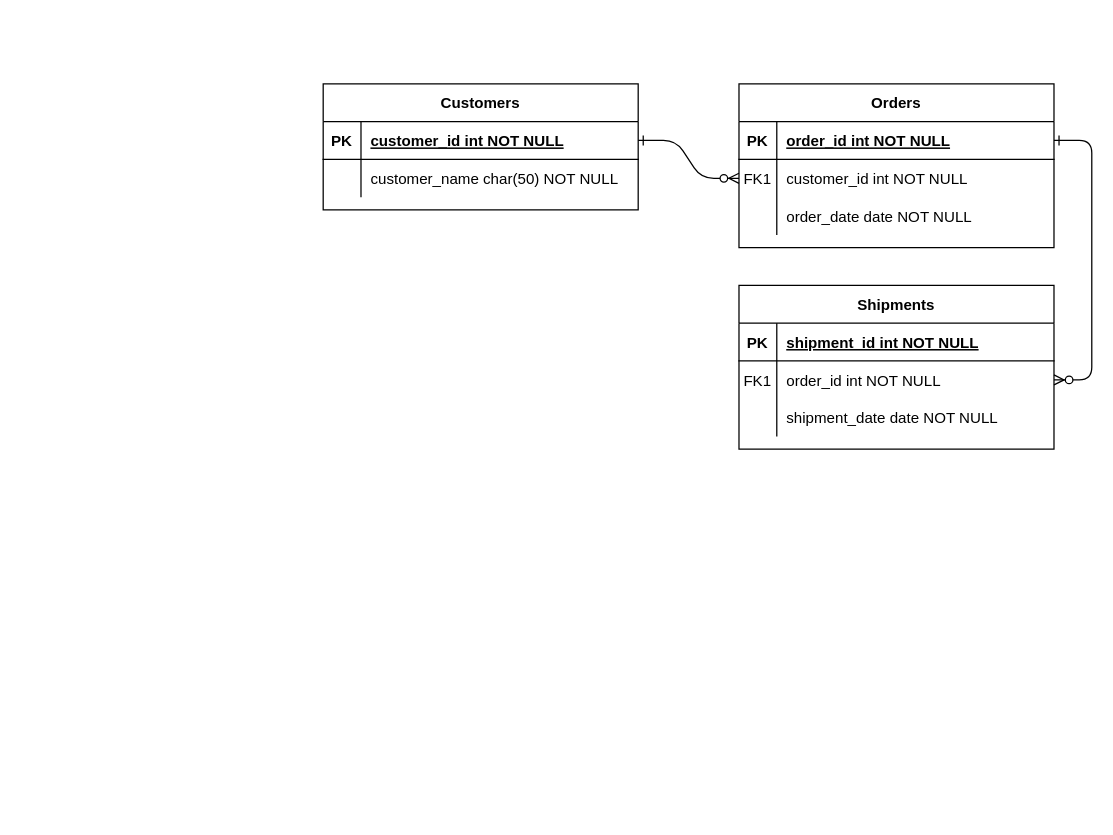
Before: veterinary.drawio in MihaiPop123/sdaCourse, a draw.io diagram. Source tidied: cells renumbered, new cells numbered last; positions are measured from the earlier drawing's top-left corner, leaving out a move shared by most shapes. Both pictures are drawn from the tidied source at 126%, with x=0, y=0 at pixel (323, 83).
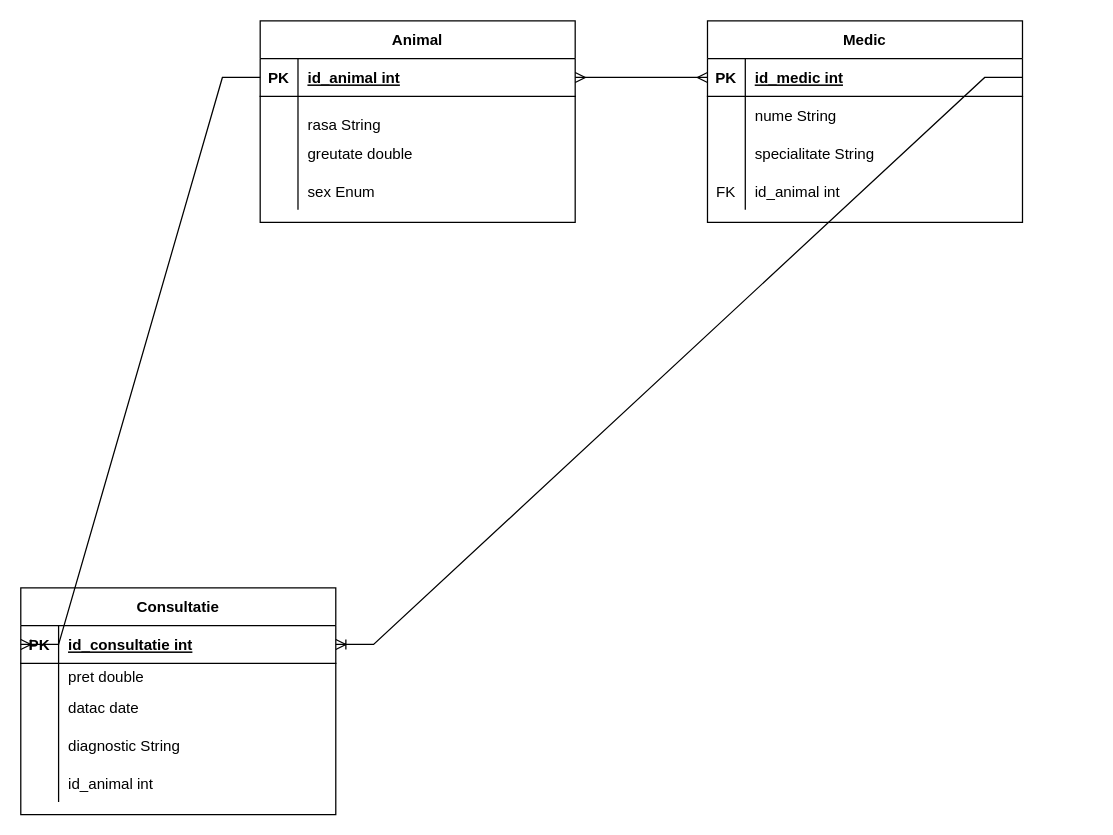
After the change.

Unchanged cells that the change refers to:
```xml
<mxCell id="5" style="shape=partialRectangle;fillColor=none;points=[[0,0.5],[1,0.5]];portConstraint=eastwest;top=0;left=0;right=0;bottom=1;" parent="4" vertex="1">
  <mxGeometry y="30" width="250" height="30" as="geometry" />
</mxCell>
<mxCell id="8" style="shape=partialRectangle;fillColor=none;points=[[0,0.5],[1,0.5]];portConstraint=eastwest;top=0;left=0;right=0;bottom=0;" parent="4" vertex="1">
  <mxGeometry y="60" width="250" height="30" as="geometry" />
</mxCell>
<mxCell id="11" style="shape=partialRectangle;fillColor=none;top=0;left=0;right=0;bottom=0;" parent="4" vertex="1">
  <mxGeometry y="90" width="250" height="30" as="geometry" />
</mxCell>
<mxCell id="15" style="shape=partialRectangle;fillColor=none;points=[[0,0.5],[1,0.5]];portConstraint=eastwest;top=0;left=0;right=0;bottom=1;" parent="14" vertex="1">
  <mxGeometry y="30" width="250" height="30" as="geometry" />
</mxCell>
<mxCell id="25" style="shape=partialRectangle;fillColor=none;points=[[0,0.5],[1,0.5]];portConstraint=eastwest;top=0;left=0;right=0;bottom=1;" parent="24" vertex="1">
  <mxGeometry y="30" width="250" height="30" as="geometry" />
</mxCell>
<mxCell id="28" style="shape=partialRectangle;fillColor=none;top=0;left=0;right=0;bottom=0;" parent="24" vertex="1">
  <mxGeometry y="60" width="250" height="30" as="geometry" />
</mxCell>
```

Change to the diagram source:
```diff
@@
-    <mxCell id="2" style="edgeStyle=entityRelationEdgeStyle;endArrow=ERzeroToMany;startArrow=ERone;endFill=1;startFill=0;" parent="1" edge="1" source="25" target="8">
-      <mxGeometry relative="1" as="geometry" />
-    </mxCell>
-    <mxCell id="3" style="edgeStyle=entityRelationEdgeStyle;endArrow=ERzeroToMany;startArrow=ERone;endFill=1;startFill=0;" parent="1" edge="1" source="5" target="18">
-      <mxGeometry relative="1" as="geometry" />
-    </mxCell>
-    <mxCell id="4" value="Orders" style="shape=table;startSize=30;childLayout=tableLayout;rowLines=0;fontStyle=1;align=center;" parent="1" vertex="1">
-      <mxGeometry x="330" width="250" height="130" as="geometry" />
+    <mxCell id="4" value="Medic" style="shape=table;startSize=30;childLayout=tableLayout;rowLines=0;fontStyle=1;align=center;" parent="1" vertex="1">
+      <mxGeometry x="305" y="-50" width="250" height="160" as="geometry" />
     </mxCell>
@@
-    <mxCell id="7" value="order_id int NOT NULL " style="shape=partialRectangle;overflow=hidden;fillColor=none;top=0;left=0;bottom=0;right=0;align=left;spacingLeft=6;fontStyle=5;" parent="5" vertex="1">
+    <mxCell id="7" value="id_medic int" style="shape=partialRectangle;overflow=hidden;fillColor=none;top=0;left=0;bottom=0;right=0;align=left;spacingLeft=6;fontStyle=5;" parent="5" vertex="1">
       <mxGeometry x="30" width="220" height="30" as="geometry" />
     </mxCell>
@@
-    <mxCell id="9" value="FK1" style="shape=partialRectangle;overflow=hidden;fillColor=none;top=0;left=0;bottom=0;right=0;" parent="8" vertex="1">
+    <mxCell id="9" style="shape=partialRectangle;overflow=hidden;fillColor=none;top=0;left=0;bottom=0;right=0;" parent="8" vertex="1">
       <mxGeometry width="30" height="30" as="geometry" />
     </mxCell>
-    <mxCell id="10" value="customer_id int NOT NULL" style="shape=partialRectangle;overflow=hidden;fillColor=none;top=0;left=0;bottom=0;right=0;align=left;spacingLeft=6;" parent="8" vertex="1">
+    <mxCell id="10" value="nume String" style="shape=partialRectangle;overflow=hidden;fillColor=none;top=0;left=0;bottom=0;right=0;align=left;spacingLeft=6;" parent="8" vertex="1">
       <mxGeometry x="30" width="220" height="30" as="geometry" />
     </mxCell>
@@
-    <mxCell id="13" value="order_date date NOT NULL" style="shape=partialRectangle;overflow=hidden;fillColor=none;top=0;left=0;bottom=0;right=0;align=left;spacingLeft=6;" parent="11" vertex="1">
+    <mxCell id="13" value="specialitate String" style="shape=partialRectangle;overflow=hidden;fillColor=none;top=0;left=0;bottom=0;right=0;align=left;spacingLeft=6;" parent="11" vertex="1">
       <mxGeometry x="30" width="220" height="30" as="geometry" />
     </mxCell>
+    <mxCell id="31" style="shape=partialRectangle;fillColor=none;top=0;left=0;right=0;bottom=0;" parent="4" vertex="1">
+      <mxGeometry y="120" width="250" height="30" as="geometry" />
+    </mxCell>
+    <mxCell id="32" value="FK" style="shape=partialRectangle;overflow=hidden;fillColor=none;top=0;left=0;bottom=0;right=0;" parent="31" vertex="1">
+      <mxGeometry width="30" height="30" as="geometry" />
+    </mxCell>
+    <mxCell id="33" value="id_animal int" style="shape=partialRectangle;overflow=hidden;fillColor=none;top=0;left=0;bottom=0;right=0;align=left;spacingLeft=6;" parent="31" vertex="1">
+      <mxGeometry x="30" width="220" height="30" as="geometry" />
+    </mxCell>
-    <mxCell id="14" value="Shipments" style="shape=table;startSize=30;childLayout=tableLayout;rowLines=0;fontStyle=1;align=center;" parent="1" vertex="1">
-      <mxGeometry x="330" y="160" width="250" height="130" as="geometry" />
+    <mxCell id="14" value="Consultatie" style="shape=table;startSize=30;childLayout=tableLayout;rowLines=0;fontStyle=1;align=center;" parent="1" vertex="1">
+      <mxGeometry x="-240" y="400" width="250" height="180" as="geometry" />
     </mxCell>
@@
-    <mxCell id="17" value="shipment_id int NOT NULL " style="shape=partialRectangle;overflow=hidden;fillColor=none;top=0;left=0;bottom=0;right=0;align=left;spacingLeft=6;fontStyle=5;" parent="15" vertex="1">
+    <mxCell id="17" value="id_consultatie int" style="shape=partialRectangle;overflow=hidden;fillColor=none;top=0;left=0;bottom=0;right=0;align=left;spacingLeft=6;fontStyle=5;" parent="15" vertex="1">
       <mxGeometry x="30" width="220" height="30" as="geometry" />
     </mxCell>
     <mxCell id="18" style="shape=partialRectangle;fillColor=none;points=[[0,0.5],[1,0.5]];portConstraint=eastwest;top=0;left=0;right=0;bottom=0;" parent="14" vertex="1">
-      <mxGeometry y="60" width="250" height="30" as="geometry" />
+      <mxGeometry y="60" width="250" height="20" as="geometry" />
     </mxCell>
-    <mxCell id="19" value="FK1" style="shape=partialRectangle;overflow=hidden;fillColor=none;top=0;left=0;bottom=0;right=0;" parent="18" vertex="1">
-      <mxGeometry width="30" height="30" as="geometry" />
+    <mxCell id="19" style="shape=partialRectangle;overflow=hidden;fillColor=none;top=0;left=0;bottom=0;right=0;" parent="18" vertex="1">
+      <mxGeometry width="30" height="20" as="geometry" />
     </mxCell>
-    <mxCell id="20" value="order_id int NOT NULL" style="shape=partialRectangle;overflow=hidden;fillColor=none;top=0;left=0;bottom=0;right=0;align=left;spacingLeft=6;" parent="18" vertex="1">
-      <mxGeometry x="30" width="220" height="30" as="geometry" />
+    <mxCell id="20" value="pret double" style="shape=partialRectangle;overflow=hidden;fillColor=none;top=0;left=0;bottom=0;right=0;align=left;spacingLeft=6;" parent="18" vertex="1">
+      <mxGeometry x="30" width="220" height="20" as="geometry" />
     </mxCell>
     <mxCell id="21" style="shape=partialRectangle;fillColor=none;top=0;left=0;right=0;bottom=0;" parent="14" vertex="1">
-      <mxGeometry y="90" width="250" height="30" as="geometry" />
+      <mxGeometry y="80" width="250" height="30" as="geometry" />
     </mxCell>
@@
-    <mxCell id="23" value="shipment_date date NOT NULL" style="shape=partialRectangle;overflow=hidden;fillColor=none;top=0;left=0;bottom=0;right=0;align=left;spacingLeft=6;" parent="21" vertex="1">
+    <mxCell id="23" value="datac date" style="shape=partialRectangle;overflow=hidden;fillColor=none;top=0;left=0;bottom=0;right=0;align=left;spacingLeft=6;" parent="21" vertex="1">
       <mxGeometry x="30" width="220" height="30" as="geometry" />
     </mxCell>
+    <mxCell id="34" style="shape=partialRectangle;fillColor=none;top=0;left=0;right=0;bottom=0;" parent="14" vertex="1">
+      <mxGeometry y="110" width="250" height="30" as="geometry" />
+    </mxCell>
+    <mxCell id="35" style="shape=partialRectangle;overflow=hidden;fillColor=none;top=0;left=0;bottom=0;right=0;" parent="34" vertex="1">
+      <mxGeometry width="30" height="30" as="geometry" />
+    </mxCell>
+    <mxCell id="36" value="diagnostic String" style="shape=partialRectangle;overflow=hidden;fillColor=none;top=0;left=0;bottom=0;right=0;align=left;spacingLeft=6;" parent="34" vertex="1">
+      <mxGeometry x="30" width="220" height="30" as="geometry" />
+    </mxCell>
+    <mxCell id="37" style="shape=partialRectangle;fillColor=none;top=0;left=0;right=0;bottom=0;" parent="14" vertex="1">
+      <mxGeometry y="140" width="250" height="30" as="geometry" />
+    </mxCell>
+    <mxCell id="38" style="shape=partialRectangle;overflow=hidden;fillColor=none;top=0;left=0;bottom=0;right=0;" parent="37" vertex="1">
+      <mxGeometry width="30" height="30" as="geometry" />
+    </mxCell>
+    <mxCell id="39" value="id_animal int" style="shape=partialRectangle;overflow=hidden;fillColor=none;top=0;left=0;bottom=0;right=0;align=left;spacingLeft=6;" parent="37" vertex="1">
+      <mxGeometry x="30" width="220" height="30" as="geometry" />
+    </mxCell>
-    <mxCell id="24" value="Customers" style="shape=table;startSize=30;childLayout=tableLayout;rowLines=0;fontStyle=1;align=center;" parent="1" vertex="1">
-      <mxGeometry width="250" height="100" as="geometry" />
+    <mxCell id="24" value="Animal" style="shape=table;startSize=30;childLayout=tableLayout;rowLines=0;fontStyle=1;align=center;" parent="1" vertex="1">
+      <mxGeometry x="-50" y="-50" width="250" height="160" as="geometry" />
     </mxCell>
@@
-    <mxCell id="27" value="customer_id int NOT NULL " style="shape=partialRectangle;overflow=hidden;fillColor=none;top=0;left=0;bottom=0;right=0;align=left;spacingLeft=6;fontStyle=5;" parent="25" vertex="1">
+    <mxCell id="27" value="id_animal int" style="shape=partialRectangle;overflow=hidden;fillColor=none;top=0;left=0;bottom=0;right=0;align=left;spacingLeft=6;fontStyle=5;" parent="25" vertex="1">
       <mxGeometry x="30" width="220" height="30" as="geometry" />
     </mxCell>
@@
-    <mxCell id="30" value="customer_name char(50) NOT NULL" style="shape=partialRectangle;overflow=hidden;fillColor=none;top=0;left=0;bottom=0;right=0;align=left;spacingLeft=6;" parent="28" vertex="1">
+    <mxCell id="30" value="&#10;rasa String&#10;" style="shape=partialRectangle;overflow=hidden;fillColor=none;top=0;left=0;bottom=0;right=0;align=left;spacingLeft=6;" parent="28" vertex="1">
       <mxGeometry x="30" width="220" height="30" as="geometry" />
     </mxCell>
+    <mxCell id="40" style="shape=partialRectangle;fillColor=none;top=0;left=0;right=0;bottom=0;" parent="24" vertex="1">
+      <mxGeometry y="90" width="250" height="30" as="geometry" />
+    </mxCell>
+    <mxCell id="41" style="shape=partialRectangle;overflow=hidden;fillColor=none;top=0;left=0;bottom=0;right=0;" parent="40" vertex="1">
+      <mxGeometry width="30" height="30" as="geometry" />
+    </mxCell>
+    <mxCell id="42" value="greutate double" style="shape=partialRectangle;overflow=hidden;fillColor=none;top=0;left=0;bottom=0;right=0;align=left;spacingLeft=6;" parent="40" vertex="1">
+      <mxGeometry x="30" width="220" height="30" as="geometry" />
+    </mxCell>
+    <mxCell id="43" style="shape=partialRectangle;fillColor=none;top=0;left=0;right=0;bottom=0;" parent="24" vertex="1">
+      <mxGeometry y="120" width="250" height="30" as="geometry" />
+    </mxCell>
+    <mxCell id="44" style="shape=partialRectangle;overflow=hidden;fillColor=none;top=0;left=0;bottom=0;right=0;" parent="43" vertex="1">
+      <mxGeometry width="30" height="30" as="geometry" />
+    </mxCell>
+    <mxCell id="45" value="sex Enum" style="shape=partialRectangle;overflow=hidden;fillColor=none;top=0;left=0;bottom=0;right=0;align=left;spacingLeft=6;" parent="43" vertex="1">
+      <mxGeometry x="30" width="220" height="30" as="geometry" />
+    </mxCell>
+    <mxCell id="46" style="edgeStyle=entityRelationEdgeStyle;fontSize=12;html=1;endArrow=ERmany;startArrow=ERmany;rounded=0;entryX=0;entryY=0.5;entryDx=0;entryDy=0;exitX=1;exitY=0.5;exitDx=0;exitDy=0;" parent="1" edge="1" source="25" target="5">
+      <mxGeometry relative="1" as="geometry" />
+    </mxCell>
+    <mxCell id="47" style="edgeStyle=entityRelationEdgeStyle;fontSize=12;html=1;endArrow=ERoneToMany;rounded=0;exitX=1;exitY=0.5;exitDx=0;exitDy=0;" parent="1" edge="1" source="5" target="15">
+      <mxGeometry relative="1" as="geometry" />
+    </mxCell>
+    <mxCell id="48" style="edgeStyle=entityRelationEdgeStyle;fontSize=12;html=1;endArrow=ERoneToMany;rounded=0;entryX=0;entryY=0.5;entryDx=0;entryDy=0;exitX=0;exitY=0.5;exitDx=0;exitDy=0;" parent="1" edge="1" source="25" target="15">
+      <mxGeometry relative="1" as="geometry" />
+    </mxCell>
```
